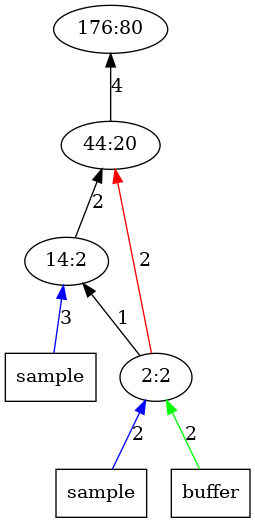
Above: outputImages/op80.png.png in AbhikKhan/MTP_IITG (Graphviz), before the change. Its source is kept beside it as outputTrees/op80.dot.
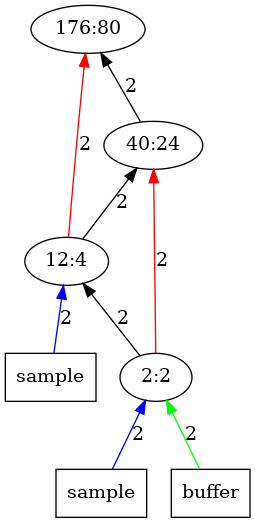
The same file after the commit.

The edit, as a diff of the source:
```diff
@@ -1,13 +1,14 @@
 digraph Tree{
 	rankdir="BT"
 	1 [label = "176:80"];
-	2 -> 1 [label = "4", color = "black"];
-	2 [label = "44:20"];
+	2 -> 1 [label = "2", color = "black"];
+	2 [label = "40:24"];
 	3 -> 2 [label = "2", color = "black"];
-	x31 -> 3 [label = "3", color = "blue"];
+	3 -> 1 [label = "2", color = "red"];
+	x31 -> 3 [label = "2", color = "blue"];
 	x31 [label = "sample", shape = "box"];
-	3 [label = "14:2"];
-	4 -> 3 [label = "1", color = "black"];
+	3 [label = "12:4"];
+	4 -> 3 [label = "2", color = "black"];
 	4 -> 2 [label = "2", color = "red"];
 	x41 -> 4 [label = "2", color = "blue"];
 	x41 [label = "sample", shape = "box"];
```
